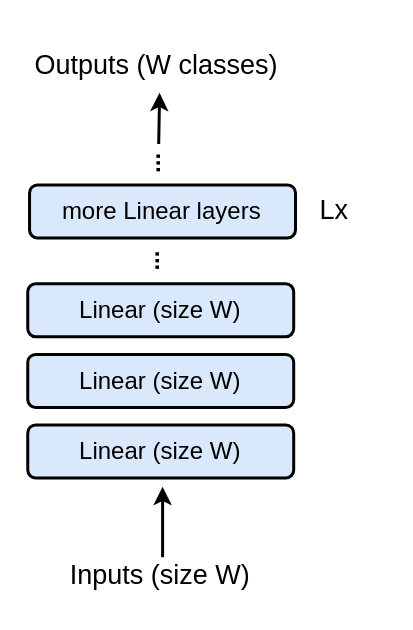
brunomaga/brunomaga.github.io keeps this draw.io diagram as assets/GPT-lite-cpp/benchmark_model.drawio. Above is the earlier version. Source tidied: cells renumbered, new cells numbered last; positions are measured from the earlier drawing's top-left corner, leaving out a move shared by most shapes. Both pictures are drawn from the tidied source at 150%, with x=0, y=0 at pixel (27, 26).
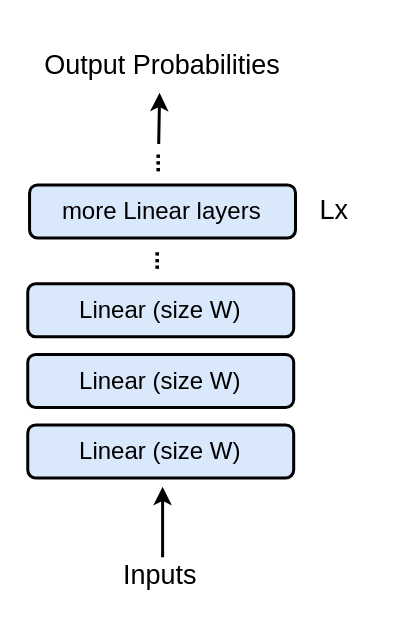
After the change.

The edit, as a diff of the source:
```diff
@@
 <mxGraphModel>
   <root>
     <mxCell id="0" />
     <mxCell id="1" parent="0" />
     <mxCell id="2" style="group;fontSize=16;" parent="1" vertex="1">
       <mxGeometry width="240" height="386" as="geometry" />
     </mxCell>
     <mxCell id="3" value="Linear (size W)" style="rounded=1;whiteSpace=wrap;html=1;fillColor=#dae8fc;strokeColor=#000000;strokeWidth=2;fontSize=16;" parent="2" vertex="1">
       <mxGeometry y="218.8" width="177.3" height="35.3" as="geometry" />
     </mxCell>
-    <mxCell id="4" value="Inputs (size W)" style="text;html=1;strokeColor=none;fillColor=none;align=center;verticalAlign=middle;whiteSpace=wrap;rounded=0;fontSize=18;" parent="2" vertex="1">
+    <mxCell id="4" value="Inputs" style="text;html=1;strokeColor=none;fillColor=none;align=center;verticalAlign=middle;whiteSpace=wrap;rounded=0;fontSize=18;" parent="2" vertex="1">
       <mxGeometry x="19" y="346.9" width="139.3" height="39" as="geometry" />
     </mxCell>
     <mxCell id="5" style="endArrow=classic;html=1;rounded=0;strokeWidth=2;fontSize=16;" parent="2" edge="1">
       <mxGeometry relative="1" as="geometry">
         <mxPoint x="89.9" y="354" as="sourcePoint" />
         <mxPoint x="89.9" y="307" as="targetPoint" />
       </mxGeometry>
     </mxCell>
     <mxCell id="6" value="Linear (size W)" style="rounded=1;whiteSpace=wrap;html=1;fillColor=#dae8fc;strokeColor=#000000;strokeWidth=2;fontSize=16;" parent="2" vertex="1">
       <mxGeometry y="265.8" width="177.3" height="35.3" as="geometry" />
     </mxCell>
     <mxCell id="7" value="Linear (size W)" style="rounded=1;whiteSpace=wrap;html=1;fillColor=#dae8fc;strokeColor=#000000;strokeWidth=2;fontSize=16;" parent="2" vertex="1">
       <mxGeometry y="171.7" width="177.3" height="35.3" as="geometry" />
     </mxCell>
-    <mxCell id="8" value="Outputs (W classes)" style="text;html=1;strokeColor=none;fillColor=none;align=center;verticalAlign=middle;whiteSpace=wrap;rounded=0;fontSize=18;" parent="2" vertex="1">
-      <mxGeometry x="1.5" y="8.5" width="167.5" height="35.3" as="geometry" />
+    <mxCell id="8" value="Output Probabilities" style="text;html=1;strokeColor=none;fillColor=none;align=center;verticalAlign=middle;whiteSpace=wrap;rounded=0;fontSize=18;" parent="2" vertex="1">
+      <mxGeometry x="6.1" y="8.5" width="167.5" height="35.3" as="geometry" />
     </mxCell>
     <mxCell id="9" style="endArrow=classic;html=1;rounded=0;strokeWidth=2;fontSize=16;" parent="2" edge="1">
       <mxGeometry relative="1" as="geometry">
         <mxPoint x="87.3" y="78.5" as="sourcePoint" />
         <mxPoint x="87.9" y="44.4" as="targetPoint" />
       </mxGeometry>
     </mxCell>
     <mxCell id="10" value="&lt;font style=&quot;font-size: 16px;&quot;&gt;&lt;b style=&quot;font-size: 16px;&quot;&gt;...&lt;/b&gt;&lt;/font&gt;" style="text;html=1;strokeColor=none;fillColor=none;align=center;verticalAlign=middle;whiteSpace=wrap;rounded=0;fontSize=16;rotation=-90;" parent="2" vertex="1">
       <mxGeometry x="47.3" y="138.8" width="70.9" height="35.3" as="geometry" />
     </mxCell>
     <mxCell id="11" value="more Linear layers" style="rounded=1;whiteSpace=wrap;html=1;fillColor=#dae8fc;strokeColor=#000000;strokeWidth=2;fontSize=16;" parent="2" vertex="1">
       <mxGeometry x="1.2" y="105.8" width="177.3" height="35.3" as="geometry" />
     </mxCell>
     <mxCell id="12" value="&lt;font style=&quot;font-size: 16px;&quot;&gt;&lt;b style=&quot;font-size: 16px;&quot;&gt;...&lt;/b&gt;&lt;/font&gt;" style="text;html=1;strokeColor=none;fillColor=none;align=center;verticalAlign=middle;whiteSpace=wrap;rounded=0;fontSize=16;rotation=-90;" parent="2" vertex="1">
       <mxGeometry x="47.3" y="73.7" width="70.9" height="35.3" as="geometry" />
     </mxCell>
     <mxCell id="13" value="Lx" style="text;html=1;strokeColor=none;fillColor=none;align=center;verticalAlign=top;whiteSpace=wrap;rounded=0;fontSize=18;" parent="2" vertex="1">
       <mxGeometry x="169.1" y="105.8" width="70.9" height="35.3" as="geometry" />
     </mxCell>
   </root>
 </mxGraphModel>
```
